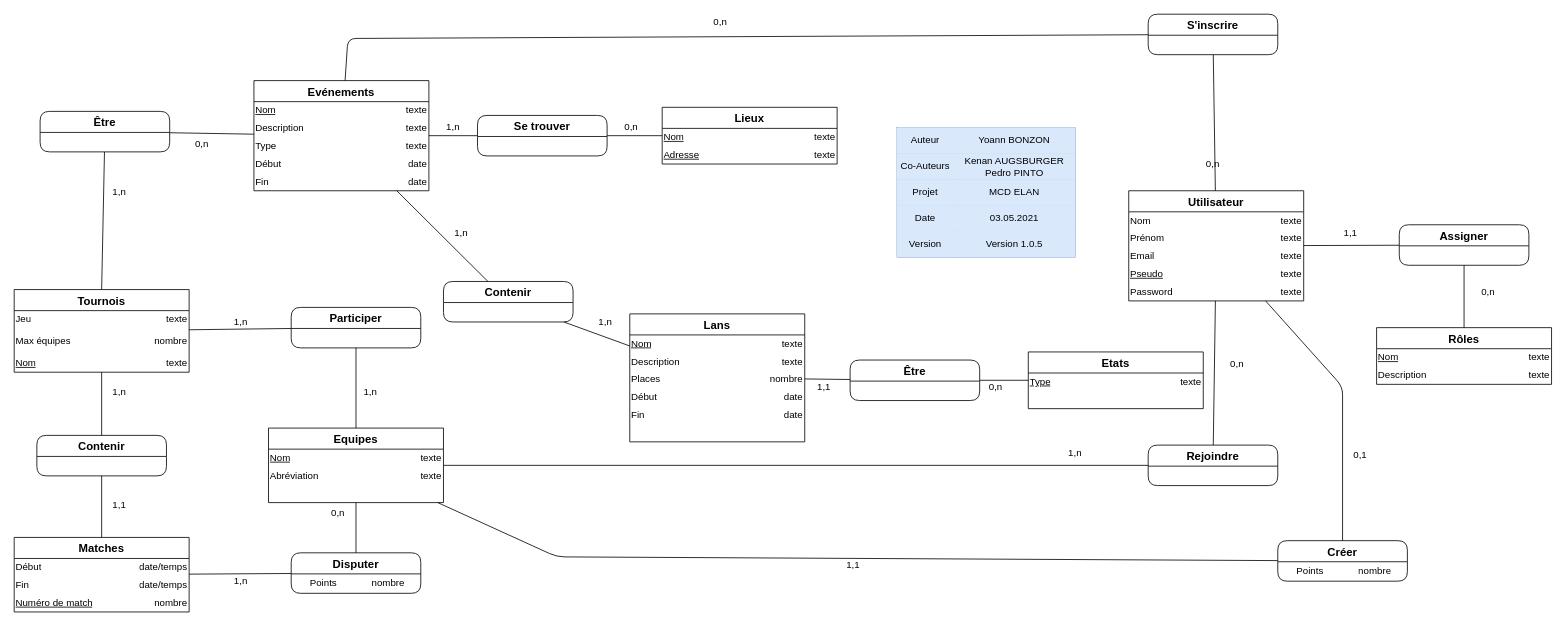
Earlier version of the draw.io diagram DOC/MCD.drawio (yovatar/E-LAN). Source tidied: cells renumbered, new cells numbered last; positions are measured from the earlier drawing's top-left corner, leaving out a move shared by most shapes. Both pictures are drawn from the tidied source at 81%, with x=0, y=0 at pixel (14, 14).
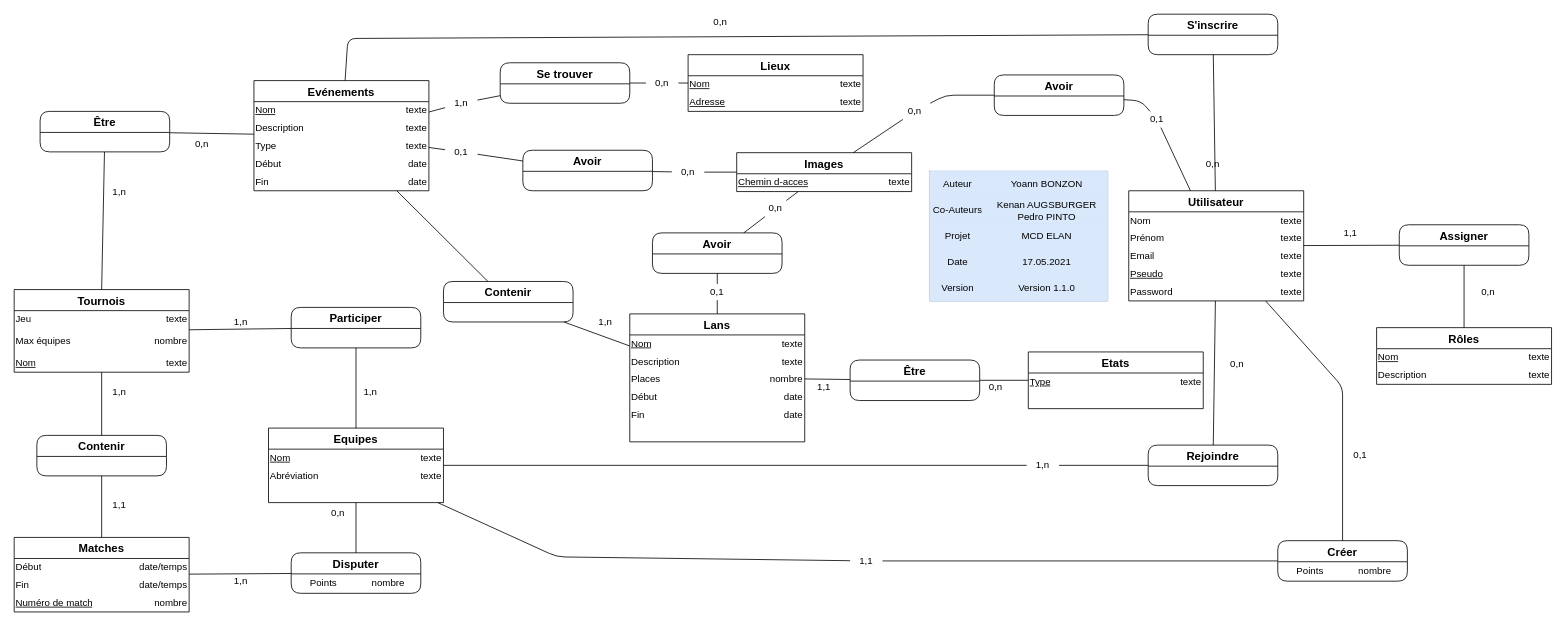
The same diagram, later.

The change refers to these unchanged cells:
```xml
<mxCell id="15" value="Utilisateur" style="swimlane;fontStyle=1;horizontal=1;startSize=26;align=center;fontSize=14;rounded=0;swimlaneFillColor=#ffffff;" parent="1" vertex="1">
  <mxGeometry x="1376" y="218" width="216" height="136" as="geometry" />
</mxCell>
<mxCell id="34" value="Lans" style="swimlane;fontStyle=1;horizontal=1;startSize=26;align=center;fontSize=14;rounded=0;swimlaneFillColor=#ffffff;" parent="1" vertex="1">
  <mxGeometry x="760" y="370" width="216" height="158" as="geometry" />
</mxCell>
<mxCell id="59" value="Evénements" style="swimlane;fontStyle=1;horizontal=1;startSize=26;align=center;fontSize=14;rounded=0;swimlaneFillColor=#ffffff;" parent="1" vertex="1">
  <mxGeometry x="296" y="82" width="216" height="136" as="geometry" />
</mxCell>
<mxCell id="78" value="Equipes" style="swimlane;fontStyle=1;horizontal=1;startSize=26;align=center;fontSize=14;rounded=0;swimlaneFillColor=#ffffff;" parent="1" vertex="1">
  <mxGeometry x="314" y="511" width="216" height="92" as="geometry" />
</mxCell>
<mxCell id="89" value="Rejoindre" style="swimlane;fontStyle=1;horizontal=1;startSize=26;align=center;fontSize=14;rounded=1;swimlaneFillColor=#ffffff;" parent="1" vertex="1">
  <mxGeometry x="1400" y="532" width="160" height="50" as="geometry" />
</mxCell>
<mxCell id="164" style="shape=partialRectangle;html=1;whiteSpace=wrap;fillColor=#dae8fc;top=0;left=0;bottom=0;right=0;strokeColor=#6c8ebf;" parent="154" vertex="1">
  <mxGeometry y="96" width="220" height="32" as="geometry" />
</mxCell>
<mxCell id="167" style="shape=partialRectangle;html=1;whiteSpace=wrap;fillColor=#dae8fc;top=0;left=0;bottom=0;right=0;strokeColor=#6c8ebf;" parent="154" vertex="1">
  <mxGeometry y="128" width="220" height="32" as="geometry" />
</mxCell>
<mxCell id="219" value="Créer" style="swimlane;fontStyle=1;horizontal=1;startSize=26;align=center;fontSize=14;rounded=1;swimlaneFillColor=#ffffff;" parent="1" vertex="1">
  <mxGeometry x="1560" y="650" width="160" height="50" as="geometry" />
</mxCell>
```

The edit, as a diff of the source:
```diff
@@
-    <mxCell id="95" style="endArrow=none;html=1;" parent="1" edge="1" source="89" target="78">
+    <mxCell id="95" style="endArrow=none;html=1;startArrow=none;" parent="1" edge="1" source="173" target="78">
       <mxGeometry relative="1" as="geometry" />
     </mxCell>
     <mxCell id="96" value="Lieux" style="swimlane;fontStyle=1;horizontal=1;startSize=26;align=center;fontSize=14;rounded=0;swimlaneFillColor=#ffffff;" parent="1" vertex="1">
-      <mxGeometry x="800" y="115" width="216" height="70" as="geometry" />
+      <mxGeometry x="832" y="50" width="216" height="70" as="geometry" />
     </mxCell>
@@
     <mxCell id="104" value="Se trouver" style="swimlane;fontStyle=1;horizontal=1;startSize=26;align=center;fontSize=14;rounded=1;swimlaneFillColor=#ffffff;" parent="1" vertex="1">
-      <mxGeometry x="572" y="125" width="160" height="50" as="geometry" />
+      <mxGeometry x="600" y="60" width="160" height="50" as="geometry" />
     </mxCell>
@@
-    <mxCell id="109" style="endArrow=none;html=1;" parent="1" edge="1" source="104" target="59">
+    <mxCell id="109" style="endArrow=none;html=1;startArrow=none;" parent="1" edge="1" source="180" target="59">
       <mxGeometry relative="1" as="geometry" />
     </mxCell>
-    <mxCell id="110" style="endArrow=none;html=1;" parent="1" edge="1" source="96" target="104">
+    <mxCell id="110" style="endArrow=none;html=1;startArrow=none;" parent="1" edge="1" source="181" target="104">
       <mxGeometry relative="1" as="geometry" />
     </mxCell>
@@
     <mxCell id="154" style="shape=table;html=1;whiteSpace=wrap;startSize=0;childLayout=tableLayout;fillColor=#dae8fc;strokeColor=#6c8ebf;" parent="1" vertex="1">
-      <mxGeometry x="1090" y="140" width="220" height="160" as="geometry" />
+      <mxGeometry x="1130" y="194" width="220" height="160" as="geometry" />
     </mxCell>
@@
-    <mxCell id="166" value="03.05.2021" style="shape=partialRectangle;html=1;whiteSpace=wrap;fillColor=#dae8fc;top=0;left=0;bottom=0;right=0;overflow=hidden;strokeColor=#6c8ebf;" parent="164" vertex="1">
+    <mxCell id="166" value="17.05.2021" style="shape=partialRectangle;html=1;whiteSpace=wrap;fillColor=#dae8fc;top=0;left=0;bottom=0;right=0;overflow=hidden;strokeColor=#6c8ebf;" parent="164" vertex="1">
       <mxGeometry x="70" width="150" height="32" as="geometry" />
     </mxCell>
@@
-    <mxCell id="169" value="Version 1.0.5" style="shape=partialRectangle;html=1;whiteSpace=wrap;fillColor=#dae8fc;top=0;left=0;bottom=0;right=0;overflow=hidden;strokeColor=#6c8ebf;" parent="167" vertex="1">
+    <mxCell id="169" value="Version 1.1.0" style="shape=partialRectangle;html=1;whiteSpace=wrap;fillColor=#dae8fc;top=0;left=0;bottom=0;right=0;overflow=hidden;strokeColor=#6c8ebf;" parent="167" vertex="1">
       <mxGeometry x="70" width="150" height="32" as="geometry" />
     </mxCell>
@@
-    <mxCell id="173" value="1,n" style="text;html=1;strokeColor=none;fillColor=none;align=center;verticalAlign=middle;whiteSpace=wrap;rounded=0;" parent="1" vertex="1">
-      <mxGeometry x="1290" y="532" width="40" height="20" as="geometry" />
-    </mxCell>
@@
-    <mxCell id="180" value="1,n" style="text;html=1;strokeColor=none;fillColor=none;align=center;verticalAlign=middle;whiteSpace=wrap;rounded=0;" parent="1" vertex="1">
-      <mxGeometry x="522" y="130" width="40" height="20" as="geometry" />
-    </mxCell>
-    <mxCell id="181" value="0,n" style="text;html=1;strokeColor=none;fillColor=none;align=center;verticalAlign=middle;whiteSpace=wrap;rounded=0;" parent="1" vertex="1">
-      <mxGeometry x="742" y="130" width="40" height="20" as="geometry" />
-    </mxCell>
-    <mxCell id="182" value="1,n" style="text;html=1;strokeColor=none;fillColor=none;align=center;verticalAlign=middle;whiteSpace=wrap;rounded=0;" parent="1" vertex="1">
-      <mxGeometry x="532" y="260" width="40" height="20" as="geometry" />
-    </mxCell>
@@
-    <mxCell id="225" style="endArrow=none;html=1;" parent="1" edge="1" source="78" target="219">
-      <mxGeometry relative="1" as="geometry">
-        <Array as="points">
-          <mxPoint x="670" y="670" />
-        </Array>
-      </mxGeometry>
+    <mxCell id="225" style="endArrow=none;html=1;startArrow=none;" parent="1" edge="1" source="227" target="219">
+      <mxGeometry relative="1" as="geometry" />
     </mxCell>
@@
+    <mxCell id="228" value="Images" style="swimlane;fontStyle=1;horizontal=1;startSize=26;align=center;fontSize=14;rounded=0;swimlaneFillColor=#ffffff;" parent="1" vertex="1">
+      <mxGeometry x="892" y="171" width="216" height="48" as="geometry" />
+    </mxCell>
+    <mxCell id="229" style="shape=table;html=1;whiteSpace=wrap;startSize=0;childLayout=tableLayout;fillColor=none;strokeColor=none;" parent="228" vertex="1">
+      <mxGeometry y="26" width="216" height="22" as="geometry" />
+    </mxCell>
+    <mxCell id="230" style="shape=partialRectangle;html=1;whiteSpace=wrap;fillColor=none;top=0;left=0;bottom=0;right=0;" parent="229" vertex="1">
+      <mxGeometry width="216" height="22" as="geometry" />
+    </mxCell>
+    <mxCell id="231" value="Chemin d-acces" style="shape=partialRectangle;html=1;whiteSpace=wrap;fillColor=none;top=0;left=0;bottom=0;right=0;overflow=hidden;strokeColor=none;align=left;fontStyle=4;" parent="230" vertex="1">
+      <mxGeometry width="108" height="22" as="geometry" />
+    </mxCell>
+    <mxCell id="232" value="texte" style="shape=partialRectangle;html=1;whiteSpace=wrap;fillColor=none;top=0;left=0;bottom=0;right=0;overflow=hidden;align=right;" parent="230" vertex="1">
+      <mxGeometry x="108" width="108" height="22" as="geometry" />
+    </mxCell>
+    <mxCell id="181" value="0,n" style="text;html=1;strokeColor=none;fillColor=none;align=center;verticalAlign=middle;whiteSpace=wrap;rounded=0;" parent="1" vertex="1">
+      <mxGeometry x="780" y="75" width="40" height="20" as="geometry" />
+    </mxCell>
+    <mxCell id="233" style="endArrow=none;html=1;" parent="1" edge="1" source="96" target="181">
+      <mxGeometry relative="1" as="geometry" />
+    </mxCell>
+    <mxCell id="180" value="1,n" style="text;html=1;strokeColor=none;fillColor=none;align=center;verticalAlign=middle;whiteSpace=wrap;rounded=0;" parent="1" vertex="1">
+      <mxGeometry x="532" y="100" width="40" height="20" as="geometry" />
+    </mxCell>
+    <mxCell id="234" style="endArrow=none;html=1;" parent="1" edge="1" source="104" target="180">
+      <mxGeometry relative="1" as="geometry" />
+    </mxCell>
+    <mxCell id="235" value="Avoir" style="swimlane;fontStyle=1;horizontal=1;startSize=26;align=center;fontSize=14;rounded=1;swimlaneFillColor=#ffffff;" parent="1" vertex="1">
+      <mxGeometry x="628" y="168" width="160" height="50" as="geometry" />
+    </mxCell>
+    <mxCell id="236" style="shape=table;html=1;whiteSpace=wrap;startSize=0;childLayout=tableLayout;fillColor=none;strokeColor=none;" parent="235" vertex="1">
+      <mxGeometry y="26" width="160" height="24" as="geometry" />
+    </mxCell>
+    <mxCell id="237" style="shape=partialRectangle;html=1;whiteSpace=wrap;fillColor=none;top=0;left=0;bottom=0;right=0;" parent="236" vertex="1">
+      <mxGeometry width="160" height="24" as="geometry" />
+    </mxCell>
+    <mxCell id="238" style="shape=partialRectangle;html=1;whiteSpace=wrap;fillColor=none;top=0;left=0;bottom=0;right=0;overflow=hidden;strokeColor=none;" parent="237" vertex="1">
+      <mxGeometry width="80" height="24" as="geometry" />
+    </mxCell>
+    <mxCell id="239" style="shape=partialRectangle;html=1;whiteSpace=wrap;fillColor=none;top=0;left=0;bottom=0;right=0;overflow=hidden;" parent="237" vertex="1">
+      <mxGeometry x="80" width="80" height="24" as="geometry" />
+    </mxCell>
+    <mxCell id="240" value="Avoir" style="swimlane;fontStyle=1;horizontal=1;startSize=26;align=center;fontSize=14;rounded=1;swimlaneFillColor=#ffffff;" parent="1" vertex="1">
+      <mxGeometry x="788" y="270" width="160" height="50" as="geometry" />
+    </mxCell>
+    <mxCell id="241" style="shape=table;html=1;whiteSpace=wrap;startSize=0;childLayout=tableLayout;fillColor=none;strokeColor=none;" parent="240" vertex="1">
+      <mxGeometry y="26" width="160" height="24" as="geometry" />
+    </mxCell>
+    <mxCell id="242" style="shape=partialRectangle;html=1;whiteSpace=wrap;fillColor=none;top=0;left=0;bottom=0;right=0;" parent="241" vertex="1">
+      <mxGeometry width="160" height="24" as="geometry" />
+    </mxCell>
+    <mxCell id="243" style="shape=partialRectangle;html=1;whiteSpace=wrap;fillColor=none;top=0;left=0;bottom=0;right=0;overflow=hidden;strokeColor=none;" parent="242" vertex="1">
+      <mxGeometry width="80" height="24" as="geometry" />
+    </mxCell>
+    <mxCell id="244" style="shape=partialRectangle;html=1;whiteSpace=wrap;fillColor=none;top=0;left=0;bottom=0;right=0;overflow=hidden;" parent="242" vertex="1">
+      <mxGeometry x="80" width="80" height="24" as="geometry" />
+    </mxCell>
+    <mxCell id="245" value="Avoir" style="swimlane;fontStyle=1;horizontal=1;startSize=26;align=center;fontSize=14;rounded=1;swimlaneFillColor=#ffffff;" parent="1" vertex="1">
+      <mxGeometry x="1210" y="75" width="160" height="50" as="geometry" />
+    </mxCell>
+    <mxCell id="246" style="shape=table;html=1;whiteSpace=wrap;startSize=0;childLayout=tableLayout;fillColor=none;strokeColor=none;" parent="245" vertex="1">
+      <mxGeometry y="26" width="160" height="24" as="geometry" />
+    </mxCell>
+    <mxCell id="247" style="shape=partialRectangle;html=1;whiteSpace=wrap;fillColor=none;top=0;left=0;bottom=0;right=0;" parent="246" vertex="1">
+      <mxGeometry width="160" height="24" as="geometry" />
+    </mxCell>
+    <mxCell id="248" style="shape=partialRectangle;html=1;whiteSpace=wrap;fillColor=none;top=0;left=0;bottom=0;right=0;overflow=hidden;strokeColor=none;" parent="247" vertex="1">
+      <mxGeometry width="80" height="24" as="geometry" />
+    </mxCell>
+    <mxCell id="249" style="shape=partialRectangle;html=1;whiteSpace=wrap;fillColor=none;top=0;left=0;bottom=0;right=0;overflow=hidden;" parent="247" vertex="1">
+      <mxGeometry x="80" width="80" height="24" as="geometry" />
+    </mxCell>
+    <mxCell id="250" style="endArrow=none;html=1;startArrow=none;" parent="1" edge="1" source="261" target="240">
+      <mxGeometry relative="1" as="geometry" />
+    </mxCell>
+    <mxCell id="251" style="endArrow=none;html=1;startArrow=none;" parent="1" edge="1" source="258" target="228">
+      <mxGeometry relative="1" as="geometry" />
+    </mxCell>
+    <mxCell id="252" style="endArrow=none;html=1;startArrow=none;" parent="1" edge="1" source="182" target="235">
+      <mxGeometry relative="1" as="geometry" />
+    </mxCell>
+    <mxCell id="253" style="endArrow=none;html=1;startArrow=none;" parent="1" edge="1" source="255" target="235">
+      <mxGeometry relative="1" as="geometry" />
+    </mxCell>
+    <mxCell id="254" style="endArrow=none;html=1;startArrow=none;" parent="1" edge="1" source="265" target="228">
+      <mxGeometry relative="1" as="geometry" />
+    </mxCell>
+    <mxCell id="255" value="0,1" style="text;html=1;strokeColor=none;fillColor=none;align=center;verticalAlign=middle;whiteSpace=wrap;rounded=0;" parent="1" vertex="1">
+      <mxGeometry x="532" y="160" width="40" height="20" as="geometry" />
+    </mxCell>
+    <mxCell id="256" style="endArrow=none;html=1;" parent="1" edge="1" source="59" target="255">
+      <mxGeometry relative="1" as="geometry" />
+    </mxCell>
+    <mxCell id="182" value="0,n" style="text;html=1;strokeColor=none;fillColor=none;align=center;verticalAlign=middle;whiteSpace=wrap;rounded=0;" parent="1" vertex="1">
+      <mxGeometry x="812" y="185" width="40" height="20" as="geometry" />
+    </mxCell>
+    <mxCell id="257" style="endArrow=none;html=1;" parent="1" edge="1" source="228" target="182">
+      <mxGeometry relative="1" as="geometry" />
+    </mxCell>
+    <mxCell id="258" value="0,n" style="text;html=1;strokeColor=none;fillColor=none;align=center;verticalAlign=middle;whiteSpace=wrap;rounded=0;" parent="1" vertex="1">
+      <mxGeometry x="920" y="230" width="40" height="20" as="geometry" />
+    </mxCell>
+    <mxCell id="259" style="endArrow=none;html=1;" parent="1" edge="1" source="240" target="258">
+      <mxGeometry relative="1" as="geometry" />
+    </mxCell>
+    <mxCell id="260" style="endArrow=none;html=1;startArrow=none;" parent="1" edge="1" source="263" target="245">
+      <mxGeometry relative="1" as="geometry">
+        <Array as="points">
+          <mxPoint x="1391" y="107" />
+        </Array>
+      </mxGeometry>
+    </mxCell>
+    <mxCell id="261" value="0,1" style="text;html=1;strokeColor=none;fillColor=none;align=center;verticalAlign=middle;whiteSpace=wrap;rounded=0;" parent="1" vertex="1">
+      <mxGeometry x="848" y="333" width="40" height="20" as="geometry" />
+    </mxCell>
+    <mxCell id="262" style="endArrow=none;html=1;" parent="1" edge="1" source="34" target="261">
+      <mxGeometry relative="1" as="geometry" />
+    </mxCell>
+    <mxCell id="263" value="0,1" style="text;html=1;strokeColor=none;fillColor=none;align=center;verticalAlign=middle;whiteSpace=wrap;rounded=0;" parent="1" vertex="1">
+      <mxGeometry x="1391" y="120" width="40" height="20" as="geometry" />
+    </mxCell>
+    <mxCell id="264" style="endArrow=none;html=1;" parent="1" edge="1" source="15" target="263">
+      <mxGeometry relative="1" as="geometry" />
+    </mxCell>
+    <mxCell id="265" value="0,n" style="text;html=1;strokeColor=none;fillColor=none;align=center;verticalAlign=middle;whiteSpace=wrap;rounded=0;" parent="1" vertex="1">
+      <mxGeometry x="1092" y="110" width="40" height="20" as="geometry" />
+    </mxCell>
+    <mxCell id="266" style="endArrow=none;html=1;startArrow=none;" parent="1" edge="1" source="245" target="265">
+      <mxGeometry relative="1" as="geometry">
+        <Array as="points">
+          <mxPoint x="1150" y="100" />
+        </Array>
+      </mxGeometry>
+    </mxCell>
     <mxCell id="227" value="1,1" style="text;html=1;strokeColor=none;fillColor=none;align=center;verticalAlign=middle;whiteSpace=wrap;rounded=0;" parent="1" vertex="1">
-      <mxGeometry x="1016" y="670" width="40" height="20" as="geometry" />
+      <mxGeometry x="1032" y="665" width="40" height="20" as="geometry" />
     </mxCell>
+    <mxCell id="267" style="endArrow=none;html=1;" parent="1" edge="1" source="78" target="227">
+      <mxGeometry relative="1" as="geometry">
+        <Array as="points">
+          <mxPoint x="670" y="670" />
+        </Array>
+      </mxGeometry>
+    </mxCell>
+    <mxCell id="173" value="1,n" style="text;html=1;strokeColor=none;fillColor=none;align=center;verticalAlign=middle;whiteSpace=wrap;rounded=0;" parent="1" vertex="1">
+      <mxGeometry x="1250" y="547" width="40" height="20" as="geometry" />
+    </mxCell>
+    <mxCell id="268" style="endArrow=none;html=1;" parent="1" edge="1" source="89" target="173">
+      <mxGeometry relative="1" as="geometry" />
+    </mxCell>
```
